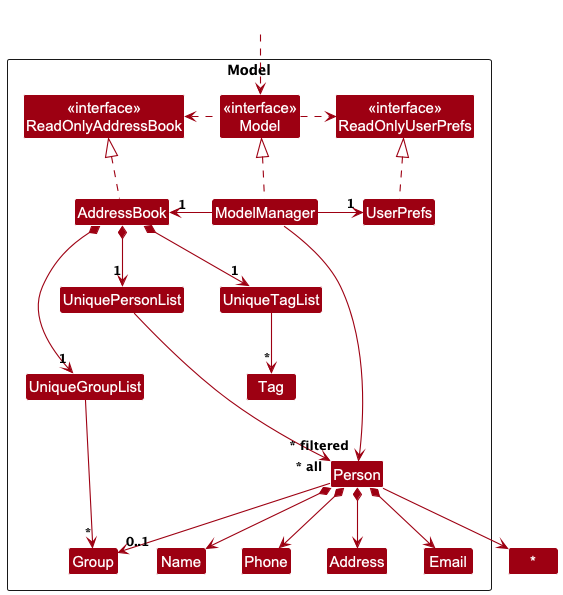
mengshuos/tp keeps this PlantUML diagram as docs/images/ModelClassDiagram.png. Above is the earlier version.
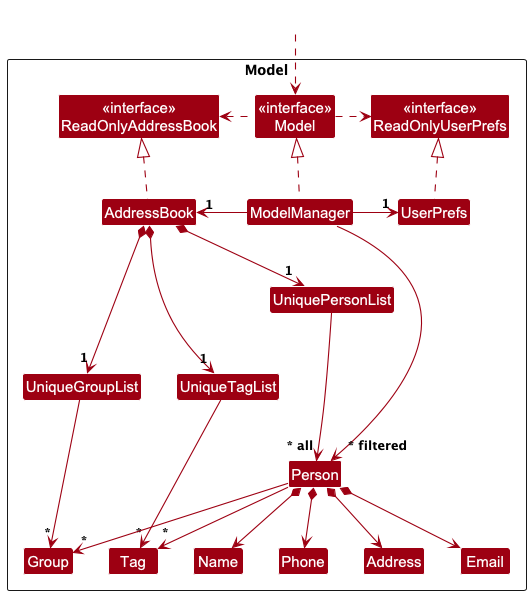
The same diagram one commit later.

Change to the diagram source:
```diff
@@ -51,8 +51,8 @@
 Person *--> Phone
 Person *--> Email
 Person *--> Address
-Person --> "*"
-Person --> "0..1" Group
+Person --> "*" Tag
+Person --> "*" Group
 
 Person -[hidden]up--> I
 UniquePersonList -[hidden]right-> I
```
